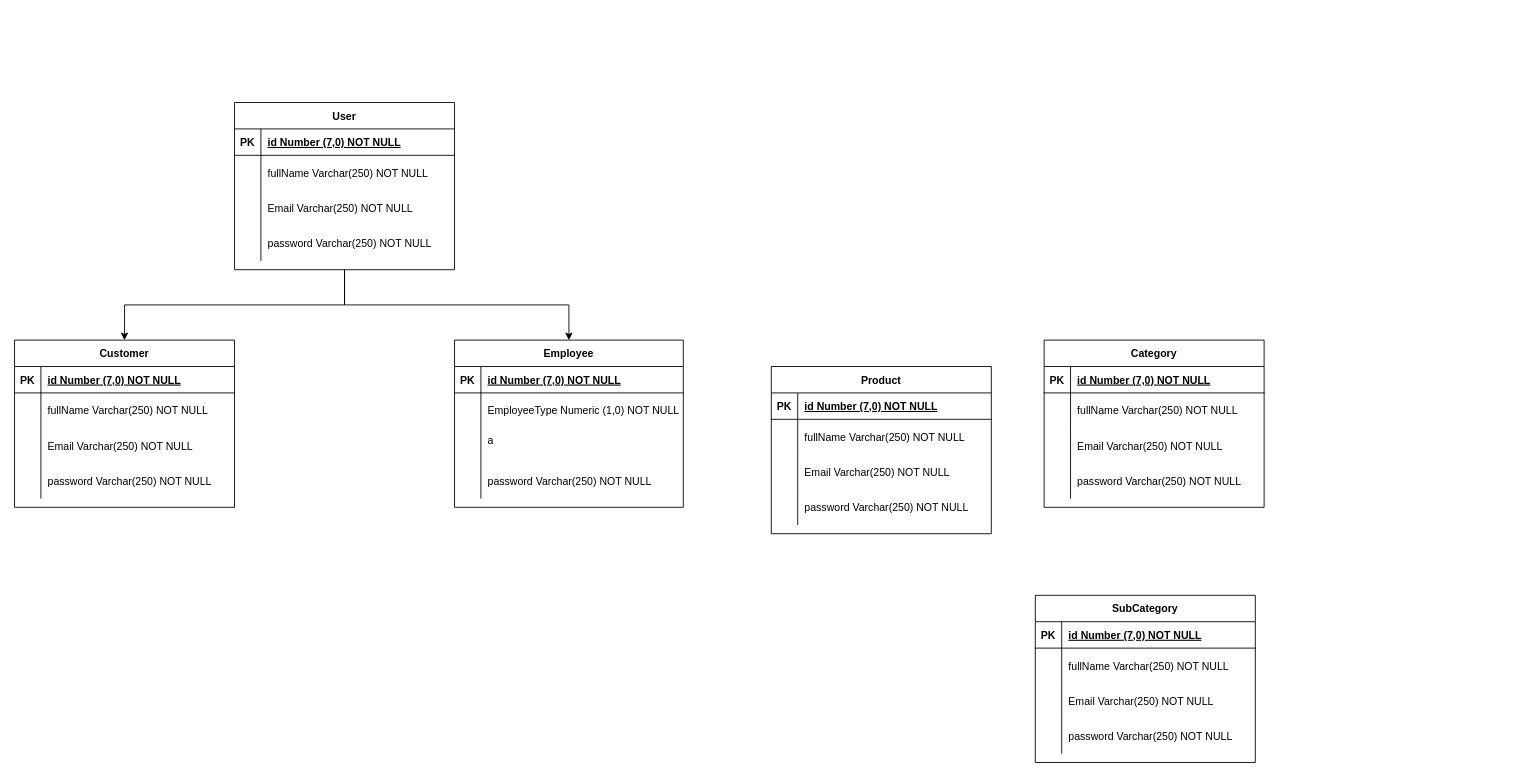
The draw.io diagram SuperMarketModeling.drawio in AlysonGJorge/SuperMarket-Backend-NestJs, before the edit. Source tidied: cells renumbered, new cells numbered last; positions are measured from the earlier drawing's top-left corner, leaving out a move shared by most shapes. Both pictures are drawn from the tidied source at 88%, with x=0, y=0 at pixel (14, 102).
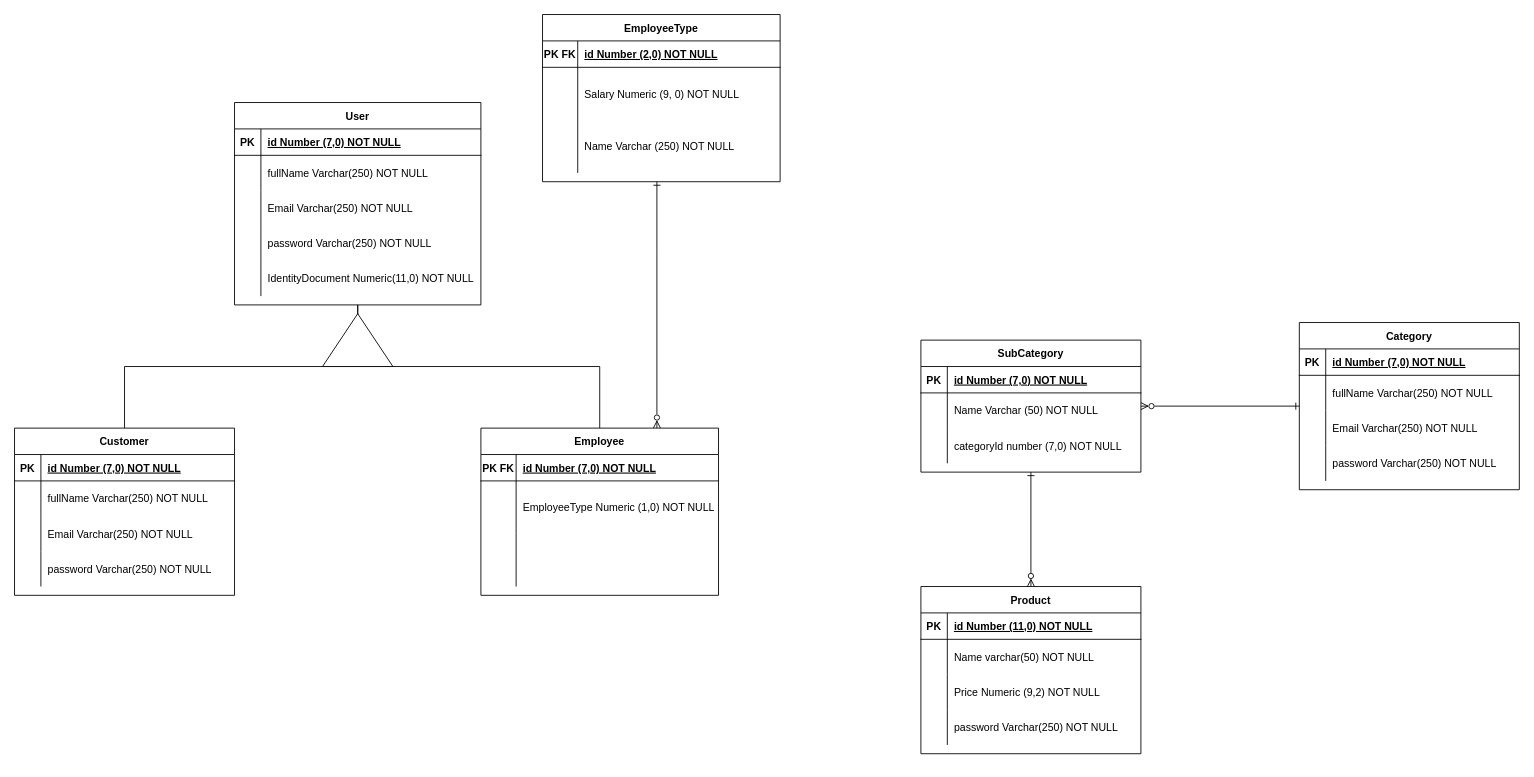
After the change.

The change refers to these unchanged cells:
```xml
<mxCell id="44" style="shape=partialRectangle;fillColor=none;top=0;left=0;right=0;bottom=1;" parent="43" vertex="1">
  <mxGeometry y="30" width="250" height="30" as="geometry" />
</mxCell>
<mxCell id="47" style="shape=partialRectangle;fillColor=none;top=0;left=0;right=0;bottom=0;" parent="43" vertex="1">
  <mxGeometry y="60" width="250" height="40" as="geometry" />
</mxCell>
<mxCell id="50" style="shape=partialRectangle;fillColor=none;top=0;left=0;right=0;bottom=0;" parent="43" vertex="1">
  <mxGeometry y="100" width="250" height="40" as="geometry" />
</mxCell>
<mxCell id="73" style="shape=partialRectangle;fillColor=none;top=0;left=0;right=0;bottom=0;" parent="69" vertex="1">
  <mxGeometry y="60" width="250" height="40" as="geometry" />
</mxCell>
```

The edit, as a diff of the source:
```diff
@@
-    <mxCell id="2" style="edgeStyle=orthogonalEdgeStyle;rounded=0;jettySize=auto;html=1;" parent="1" edge="1" source="4" target="30">
+    <mxCell id="2" style="edgeStyle=orthogonalEdgeStyle;rounded=0;jettySize=auto;html=1;endArrow=none;endFill=0;" parent="1" edge="1" source="4" target="30">
       <mxGeometry relative="1" as="geometry" />
     </mxCell>
-    <mxCell id="3" style="edgeStyle=orthogonalEdgeStyle;rounded=0;jettySize=auto;html=1;entryX=0.5;entryY=0;entryDx=0;entryDy=0;" parent="1" edge="1" source="4" target="17">
+    <mxCell id="3" style="edgeStyle=orthogonalEdgeStyle;rounded=0;jettySize=auto;html=1;entryX=0.5;entryY=0;entryDx=0;entryDy=0;endArrow=none;endFill=0;" parent="1" edge="1" source="4" target="17">
       <mxGeometry relative="1" as="geometry" />
     </mxCell>
     <mxCell id="4" value="User" style="shape=table;startSize=30;childLayout=tableLayout;rowLines=0;fontStyle=1;align=center;" parent="1" vertex="1">
-      <mxGeometry x="250" width="250" height="190" as="geometry" />
+      <mxGeometry x="250" width="280" height="230" as="geometry" />
     </mxCell>
     <mxCell id="5" style="shape=partialRectangle;fillColor=none;top=0;left=0;right=0;bottom=1;" parent="4" vertex="1">
-      <mxGeometry y="30" width="250" height="30" as="geometry" />
+      <mxGeometry y="30" width="280" height="30" as="geometry" />
     </mxCell>
@@
     <mxCell id="7" value="id Number (7,0) NOT NULL" style="shape=partialRectangle;overflow=hidden;fillColor=none;top=0;left=0;bottom=0;right=0;align=left;spacingLeft=6;fontStyle=5;" parent="5" vertex="1">
-      <mxGeometry x="30" width="220" height="30" as="geometry" />
+      <mxGeometry x="30" width="250" height="30" as="geometry" />
     </mxCell>
     <mxCell id="8" style="shape=partialRectangle;fillColor=none;top=0;left=0;right=0;bottom=0;" parent="4" vertex="1">
-      <mxGeometry y="60" width="250" height="40" as="geometry" />
+      <mxGeometry y="60" width="280" height="40" as="geometry" />
     </mxCell>
@@
     <mxCell id="10" value="fullName Varchar(250) NOT NULL" style="shape=partialRectangle;overflow=hidden;fillColor=none;top=0;left=0;bottom=0;right=0;align=left;spacingLeft=6;" parent="8" vertex="1">
-      <mxGeometry x="30" width="220" height="40" as="geometry" />
+      <mxGeometry x="30" width="250" height="40" as="geometry" />
     </mxCell>
     <mxCell id="11" style="shape=partialRectangle;fillColor=none;top=0;left=0;right=0;bottom=0;" parent="4" vertex="1">
-      <mxGeometry y="100" width="250" height="40" as="geometry" />
+      <mxGeometry y="100" width="280" height="40" as="geometry" />
     </mxCell>
@@
     <mxCell id="13" value="Email Varchar(250) NOT NULL" style="shape=partialRectangle;overflow=hidden;fillColor=none;top=0;left=0;bottom=0;right=0;align=left;spacingLeft=6;" parent="11" vertex="1">
-      <mxGeometry x="30" width="220" height="40" as="geometry" />
+      <mxGeometry x="30" width="250" height="40" as="geometry" />
     </mxCell>
     <mxCell id="14" style="shape=partialRectangle;fillColor=none;top=0;left=0;right=0;bottom=0;" parent="4" vertex="1">
-      <mxGeometry y="140" width="250" height="40" as="geometry" />
+      <mxGeometry y="140" width="280" height="40" as="geometry" />
     </mxCell>
@@
     <mxCell id="16" value="password Varchar(250) NOT NULL" style="shape=partialRectangle;overflow=hidden;fillColor=none;top=0;left=0;bottom=0;right=0;align=left;spacingLeft=6;" parent="14" vertex="1">
-      <mxGeometry x="30" width="220" height="40" as="geometry" />
+      <mxGeometry x="30" width="250" height="40" as="geometry" />
     </mxCell>
+    <mxCell id="82" style="shape=partialRectangle;fillColor=none;top=0;left=0;right=0;bottom=0;" parent="4" vertex="1">
+      <mxGeometry y="180" width="280" height="40" as="geometry" />
+    </mxCell>
+    <mxCell id="83" style="shape=partialRectangle;overflow=hidden;fillColor=none;top=0;left=0;bottom=0;right=0;" parent="82" vertex="1">
+      <mxGeometry width="30" height="40" as="geometry" />
+    </mxCell>
+    <mxCell id="84" value="IdentityDocument Numeric(11,0) NOT NULL" style="shape=partialRectangle;overflow=hidden;fillColor=none;top=0;left=0;bottom=0;right=0;align=left;spacingLeft=6;" parent="82" vertex="1">
+      <mxGeometry x="30" width="250" height="40" as="geometry" />
+    </mxCell>
     <mxCell id="17" value="Customer" style="shape=table;startSize=30;childLayout=tableLayout;rowLines=0;fontStyle=1;align=center;" parent="1" vertex="1">
-      <mxGeometry y="270" width="250" height="190" as="geometry" />
+      <mxGeometry y="370" width="250" height="190" as="geometry" />
     </mxCell>
@@
     <mxCell id="30" value="Employee" style="shape=table;startSize=30;childLayout=tableLayout;rowLines=0;fontStyle=1;align=center;" parent="1" vertex="1">
-      <mxGeometry x="500" y="270" width="260" height="190" as="geometry" />
+      <mxGeometry x="530" y="370" width="270" height="190" as="geometry" />
     </mxCell>
     <mxCell id="31" style="shape=partialRectangle;fillColor=none;top=0;left=0;right=0;bottom=1;" parent="30" vertex="1">
-      <mxGeometry y="30" width="260" height="30" as="geometry" />
+      <mxGeometry y="30" width="270" height="30" as="geometry" />
     </mxCell>
-    <mxCell id="32" value="PK" style="shape=partialRectangle;overflow=hidden;fillColor=none;top=0;left=0;bottom=0;right=0;fontStyle=1;" parent="31" vertex="1">
-      <mxGeometry width="30" height="30" as="geometry" />
+    <mxCell id="32" value="PK FK" style="shape=partialRectangle;overflow=hidden;fillColor=none;top=0;left=0;bottom=0;right=0;fontStyle=1;" parent="31" vertex="1">
+      <mxGeometry width="40" height="30" as="geometry" />
     </mxCell>
     <mxCell id="33" value="id Number (7,0) NOT NULL" style="shape=partialRectangle;overflow=hidden;fillColor=none;top=0;left=0;bottom=0;right=0;align=left;spacingLeft=6;fontStyle=5;" parent="31" vertex="1">
-      <mxGeometry x="30" width="230" height="30" as="geometry" />
+      <mxGeometry x="40" width="230" height="30" as="geometry" />
     </mxCell>
     <mxCell id="34" style="shape=partialRectangle;fillColor=none;top=0;left=0;right=0;bottom=0;" parent="30" vertex="1">
-      <mxGeometry y="60" width="260" height="40" as="geometry" />
+      <mxGeometry y="60" width="270" height="60" as="geometry" />
     </mxCell>
     <mxCell id="35" style="shape=partialRectangle;overflow=hidden;fillColor=none;top=0;left=0;bottom=0;right=0;" parent="34" vertex="1">
-      <mxGeometry width="30" height="40" as="geometry" />
+      <mxGeometry width="40" height="60" as="geometry" />
     </mxCell>
     <mxCell id="36" value="EmployeeType Numeric (1,0) NOT NULL" style="shape=partialRectangle;overflow=hidden;fillColor=none;top=0;left=0;bottom=0;right=0;align=left;spacingLeft=6;" parent="34" vertex="1">
-      <mxGeometry x="30" width="230" height="40" as="geometry" />
+      <mxGeometry x="40" width="230" height="60" as="geometry" />
     </mxCell>
-    <mxCell id="37" style="shape=partialRectangle;fillColor=none;top=0;left=0;right=0;bottom=0;" parent="30" vertex="1">
-      <mxGeometry y="100" width="260" height="40" as="geometry" />
-    </mxCell>
-    <mxCell id="38" style="shape=partialRectangle;overflow=hidden;fillColor=none;top=0;left=0;bottom=0;right=0;" parent="37" vertex="1">
-      <mxGeometry width="30" height="40" as="geometry" />
-    </mxCell>
-    <mxCell id="39" value="a&#10;" style="shape=partialRectangle;overflow=hidden;fillColor=none;top=0;left=0;bottom=0;right=0;align=left;spacingLeft=6;" parent="37" vertex="1">
-      <mxGeometry x="30" width="230" height="40" as="geometry" />
-    </mxCell>
-    <mxCell id="40" style="shape=partialRectangle;fillColor=none;top=0;left=0;right=0;bottom=0;" parent="30" vertex="1">
-      <mxGeometry y="140" width="260" height="40" as="geometry" />
-    </mxCell>
-    <mxCell id="41" style="shape=partialRectangle;overflow=hidden;fillColor=none;top=0;left=0;bottom=0;right=0;" parent="40" vertex="1">
-      <mxGeometry width="30" height="40" as="geometry" />
-    </mxCell>
-    <mxCell id="42" value="password Varchar(250) NOT NULL" style="shape=partialRectangle;overflow=hidden;fillColor=none;top=0;left=0;bottom=0;right=0;align=left;spacingLeft=6;" parent="40" vertex="1">
-      <mxGeometry x="30" width="230" height="40" as="geometry" />
-    </mxCell>
+    <mxCell id="85" style="shape=partialRectangle;fillColor=none;top=0;left=0;right=0;bottom=0;" parent="30" vertex="1">
+      <mxGeometry y="120" width="270" height="60" as="geometry" />
+    </mxCell>
+    <mxCell id="86" style="shape=partialRectangle;overflow=hidden;fillColor=none;top=0;left=0;bottom=0;right=0;" parent="85" vertex="1">
+      <mxGeometry width="40" height="60" as="geometry" />
+    </mxCell>
+    <mxCell id="87" style="shape=partialRectangle;overflow=hidden;fillColor=none;top=0;left=0;bottom=0;right=0;align=left;spacingLeft=6;" parent="85" vertex="1">
+      <mxGeometry x="40" width="230" height="60" as="geometry" />
+    </mxCell>
+    <mxCell id="88" style="edgeStyle=orthogonalEdgeStyle;rounded=0;jettySize=auto;html=1;startArrow=ERone;startFill=0;endArrow=ERzeroToMany;endFill=0;" parent="1" edge="1" source="89" target="30">
+      <mxGeometry relative="1" as="geometry">
+        <Array as="points">
+          <mxPoint x="730" y="170" />
+          <mxPoint x="730" y="170" />
+        </Array>
+      </mxGeometry>
+    </mxCell>
+    <mxCell id="89" value="EmployeeType" style="shape=table;startSize=30;childLayout=tableLayout;rowLines=0;fontStyle=1;align=center;" parent="1" vertex="1">
+      <mxGeometry x="600" y="-100" width="270" height="190" as="geometry" />
+    </mxCell>
+    <mxCell id="90" style="shape=partialRectangle;fillColor=none;top=0;left=0;right=0;bottom=1;" parent="89" vertex="1">
+      <mxGeometry y="30" width="270" height="30" as="geometry" />
+    </mxCell>
+    <mxCell id="91" value="PK FK" style="shape=partialRectangle;overflow=hidden;fillColor=none;top=0;left=0;bottom=0;right=0;fontStyle=1;" parent="90" vertex="1">
+      <mxGeometry width="40" height="30" as="geometry" />
+    </mxCell>
+    <mxCell id="92" value="id Number (2,0) NOT NULL" style="shape=partialRectangle;overflow=hidden;fillColor=none;top=0;left=0;bottom=0;right=0;align=left;spacingLeft=6;fontStyle=5;" parent="90" vertex="1">
+      <mxGeometry x="40" width="230" height="30" as="geometry" />
+    </mxCell>
+    <mxCell id="93" style="shape=partialRectangle;fillColor=none;top=0;left=0;right=0;bottom=0;" parent="89" vertex="1">
+      <mxGeometry y="60" width="270" height="60" as="geometry" />
+    </mxCell>
+    <mxCell id="94" style="shape=partialRectangle;overflow=hidden;fillColor=none;top=0;left=0;bottom=0;right=0;" parent="93" vertex="1">
+      <mxGeometry width="40" height="60" as="geometry" />
+    </mxCell>
+    <mxCell id="95" value="Salary Numeric (9, 0) NOT NULL" style="shape=partialRectangle;overflow=hidden;fillColor=none;top=0;left=0;bottom=0;right=0;align=left;spacingLeft=6;" parent="93" vertex="1">
+      <mxGeometry x="40" width="230" height="60" as="geometry" />
+    </mxCell>
+    <mxCell id="96" style="shape=partialRectangle;fillColor=none;top=0;left=0;right=0;bottom=0;" parent="89" vertex="1">
+      <mxGeometry y="120" width="270" height="60" as="geometry" />
+    </mxCell>
+    <mxCell id="97" style="shape=partialRectangle;overflow=hidden;fillColor=none;top=0;left=0;bottom=0;right=0;" parent="96" vertex="1">
+      <mxGeometry width="40" height="60" as="geometry" />
+    </mxCell>
+    <mxCell id="98" value="Name Varchar (250) NOT NULL" style="shape=partialRectangle;overflow=hidden;fillColor=none;top=0;left=0;bottom=0;right=0;align=left;spacingLeft=6;" parent="96" vertex="1">
+      <mxGeometry x="40" width="230" height="60" as="geometry" />
+    </mxCell>
     <mxCell id="43" value="Product" style="shape=table;startSize=30;childLayout=tableLayout;rowLines=0;fontStyle=1;align=center;" parent="1" vertex="1">
-      <mxGeometry x="860" y="300" width="250" height="190" as="geometry" />
+      <mxGeometry x="1030" y="550" width="250" height="190" as="geometry" />
     </mxCell>
@@
-    <mxCell id="46" value="id Number (7,0) NOT NULL" style="shape=partialRectangle;overflow=hidden;fillColor=none;top=0;left=0;bottom=0;right=0;align=left;spacingLeft=6;fontStyle=5;" parent="44" vertex="1">
+    <mxCell id="46" value="id Number (11,0) NOT NULL" style="shape=partialRectangle;overflow=hidden;fillColor=none;top=0;left=0;bottom=0;right=0;align=left;spacingLeft=6;fontStyle=5;" parent="44" vertex="1">
       <mxGeometry x="30" width="220" height="30" as="geometry" />
     </mxCell>
@@
-    <mxCell id="49" value="fullName Varchar(250) NOT NULL" style="shape=partialRectangle;overflow=hidden;fillColor=none;top=0;left=0;bottom=0;right=0;align=left;spacingLeft=6;" parent="47" vertex="1">
+    <mxCell id="49" value="Name varchar(50) NOT NULL" style="shape=partialRectangle;overflow=hidden;fillColor=none;top=0;left=0;bottom=0;right=0;align=left;spacingLeft=6;" parent="47" vertex="1">
       <mxGeometry x="30" width="220" height="40" as="geometry" />
     </mxCell>
@@
-    <mxCell id="52" value="Email Varchar(250) NOT NULL" style="shape=partialRectangle;overflow=hidden;fillColor=none;top=0;left=0;bottom=0;right=0;align=left;spacingLeft=6;" parent="50" vertex="1">
+    <mxCell id="52" value="Price Numeric (9,2) NOT NULL" style="shape=partialRectangle;overflow=hidden;fillColor=none;top=0;left=0;bottom=0;right=0;align=left;spacingLeft=6;" parent="50" vertex="1">
       <mxGeometry x="30" width="220" height="40" as="geometry" />
     </mxCell>
@@
+    <mxCell id="99" style="edgeStyle=orthogonalEdgeStyle;rounded=0;jettySize=auto;html=1;endArrow=ERzeroToMany;endFill=0;startArrow=ERone;startFill=0;" parent="1" edge="1" source="56" target="69">
+      <mxGeometry relative="1" as="geometry" />
+    </mxCell>
     <mxCell id="56" value="Category" style="shape=table;startSize=30;childLayout=tableLayout;rowLines=0;fontStyle=1;align=center;" parent="1" vertex="1">
-      <mxGeometry x="1170" y="270" width="250" height="190" as="geometry" />
+      <mxGeometry x="1460" y="250" width="250" height="190" as="geometry" />
     </mxCell>
@@
+    <mxCell id="100" style="edgeStyle=orthogonalEdgeStyle;rounded=0;jettySize=auto;html=1;endArrow=ERzeroToMany;endFill=0;startArrow=ERone;startFill=0;" parent="1" edge="1" source="69" target="43">
+      <mxGeometry relative="1" as="geometry" />
+    </mxCell>
     <mxCell id="69" value="SubCategory" style="shape=table;startSize=30;childLayout=tableLayout;rowLines=0;fontStyle=1;align=center;" parent="1" vertex="1">
-      <mxGeometry x="1160" y="560" width="250" height="190" as="geometry" />
+      <mxGeometry x="1030" y="270" width="250" height="150" as="geometry" />
     </mxCell>
@@
-    <mxCell id="74" style="shape=partialRectangle;overflow=hidden;fillColor=none;top=0;left=0;bottom=0;right=0;" parent="73" vertex="1">
-      <mxGeometry width="30" height="40" as="geometry" />
-    </mxCell>
-    <mxCell id="75" value="fullName Varchar(250) NOT NULL" style="shape=partialRectangle;overflow=hidden;fillColor=none;top=0;left=0;bottom=0;right=0;align=left;spacingLeft=6;" parent="73" vertex="1">
-      <mxGeometry x="30" width="220" height="40" as="geometry" />
-    </mxCell>
-    <mxCell id="76" style="shape=partialRectangle;fillColor=none;top=0;left=0;right=0;bottom=0;" parent="69" vertex="1">
-      <mxGeometry y="100" width="250" height="40" as="geometry" />
-    </mxCell>
-    <mxCell id="77" style="shape=partialRectangle;overflow=hidden;fillColor=none;top=0;left=0;bottom=0;right=0;" parent="76" vertex="1">
-      <mxGeometry width="30" height="40" as="geometry" />
-    </mxCell>
-    <mxCell id="78" value="Email Varchar(250) NOT NULL" style="shape=partialRectangle;overflow=hidden;fillColor=none;top=0;left=0;bottom=0;right=0;align=left;spacingLeft=6;" parent="76" vertex="1">
-      <mxGeometry x="30" width="220" height="40" as="geometry" />
-    </mxCell>
+    <mxCell id="101" style="shape=partialRectangle;overflow=hidden;fillColor=none;top=0;left=0;bottom=0;right=0;" parent="73" vertex="1">
+      <mxGeometry width="30" height="40" as="geometry" />
+    </mxCell>
+    <mxCell id="102" value="Name Varchar (50) NOT NULL" style="shape=partialRectangle;overflow=hidden;fillColor=none;top=0;left=0;bottom=0;right=0;align=left;spacingLeft=6;" parent="73" vertex="1">
+      <mxGeometry x="30" width="220" height="40" as="geometry" />
+    </mxCell>
     <mxCell id="79" style="shape=partialRectangle;fillColor=none;top=0;left=0;right=0;bottom=0;" parent="69" vertex="1">
-      <mxGeometry y="140" width="250" height="40" as="geometry" />
+      <mxGeometry y="100" width="250" height="40" as="geometry" />
     </mxCell>
@@
-    <mxCell id="81" value="password Varchar(250) NOT NULL" style="shape=partialRectangle;overflow=hidden;fillColor=none;top=0;left=0;bottom=0;right=0;align=left;spacingLeft=6;" parent="79" vertex="1">
+    <mxCell id="81" value="categoryId number (7,0) NOT NULL" style="shape=partialRectangle;overflow=hidden;fillColor=none;top=0;left=0;bottom=0;right=0;align=left;spacingLeft=6;" parent="79" vertex="1">
       <mxGeometry x="30" width="220" height="40" as="geometry" />
     </mxCell>
+    <mxCell id="103" style="triangle;whiteSpace=wrap;html=1;rotation=-90;" parent="1" vertex="1">
+      <mxGeometry x="360" y="230" width="60" height="80" as="geometry" />
+    </mxCell>
```
